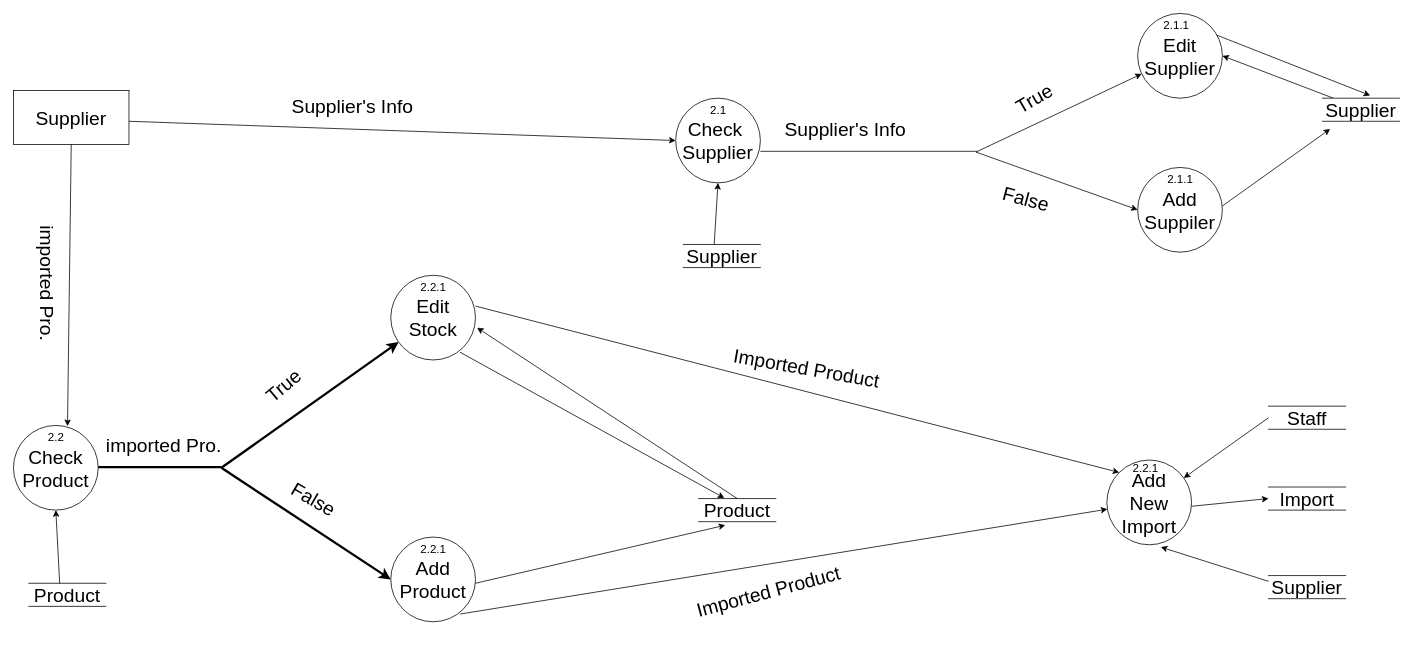
The draw.io diagram page "Page-1" (1 of 5) of ISA/slice 5.drawio in james5635/Year3, before the edit. Source tidied: cells renumbered, new cells numbered last; positions are measured from the earlier drawing's top-left corner, leaving out a move shared by most shapes. Both pictures are drawn from the tidied source at 77%, with x=0, y=0 at pixel (-18, 13).
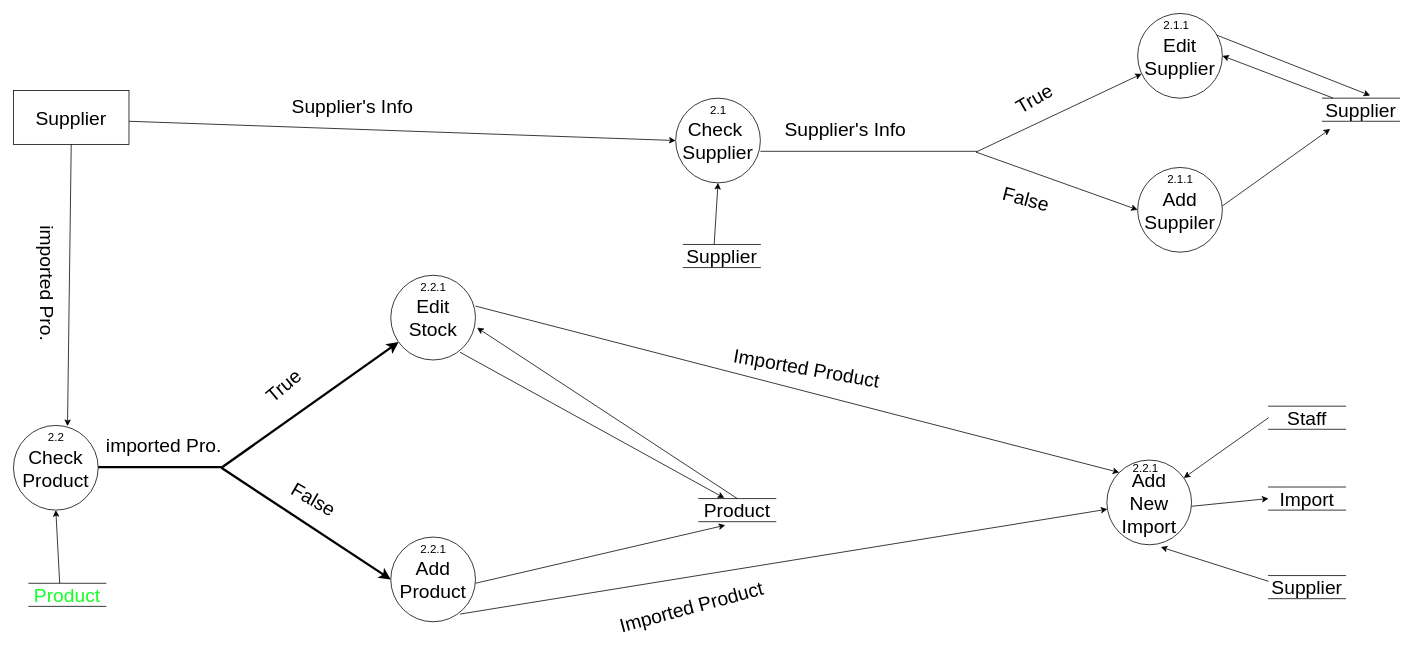
The same diagram, later.

The edit, as a diff of the source:
```diff
@@
-    <mxCell id="13" value="&lt;font style=&quot;font-size: 25px;&quot;&gt;Product&lt;/font&gt;" style="html=1;dashed=0;whiteSpace=wrap;shape=partialRectangle;right=0;left=0;" parent="1" vertex="1">
+    <mxCell id="13" value="&lt;font color=&quot;#14ff24&quot; style=&quot;font-size: 25px;&quot;&gt;Product&lt;/font&gt;" style="html=1;dashed=0;whiteSpace=wrap;shape=partialRectangle;right=0;left=0;" parent="1" vertex="1">
       <mxGeometry x="60" y="740" width="100" height="30" as="geometry" />
     </mxCell>
@@
     <mxCell id="46" value="&lt;font style=&quot;font-size: 25px;&quot;&gt;Imported Product&lt;/font&gt;" style="text;html=1;align=center;verticalAlign=middle;strokeColor=none;fillColor=none;rotation=-15;" parent="1" vertex="1">
-      <mxGeometry x="910" y="730" width="220" height="40" as="geometry" />
+      <mxGeometry x="810" y="750" width="220" height="40" as="geometry" />
     </mxCell>
```
